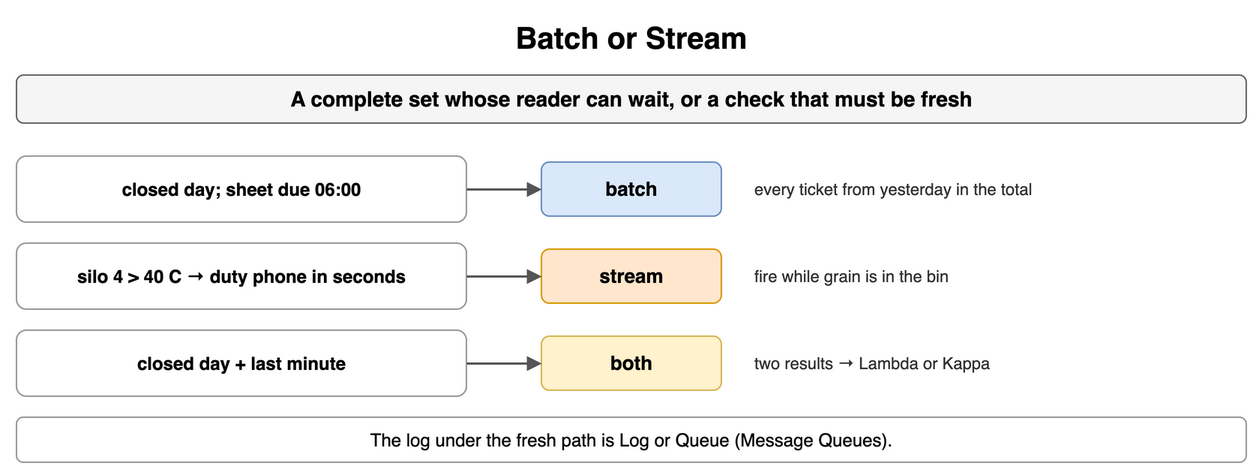
Before: content/09_System_Design_Interview/13_Storage_and_Data_Processing_at_Scale/diagrams/storage-processing-7-batch-or-stream.png, a diagram exported from draw.io (amendez13/swe-study-guide). Source tidied: cells renumbered, new cells last; positions are measured from the earlier drawing's top-left corner, leaving out a move shared by most shapes.
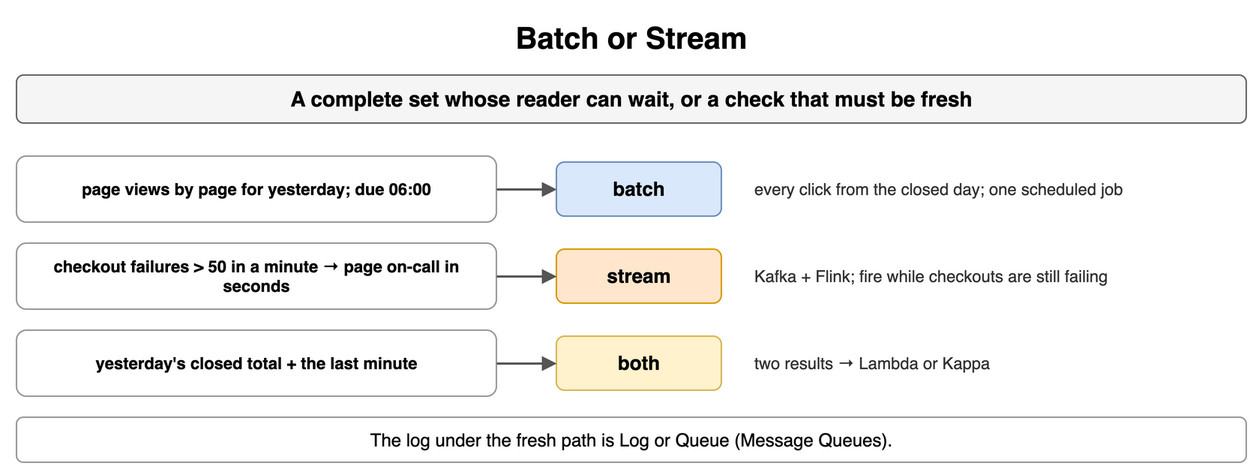
Later version of the same file.

The edit, as a diff of the source:
```diff
@@ -8,35 +8,35 @@
     <mxCell id="3" value="A complete set whose reader can wait, or a check that must be fresh" style="rounded=1;whiteSpace=wrap;html=1;fillColor=#f5f5f5;strokeColor=#666666;fontStyle=1;fontSize=14;" parent="1" vertex="1">
       <mxGeometry y="40" width="820" height="32" as="geometry" />
     </mxCell>
-    <mxCell id="4" value="closed day; sheet due 06:00" style="rounded=1;whiteSpace=wrap;html=1;fillColor=#ffffff;strokeColor=#999999;fontSize=12;align=center;fontStyle=1;" parent="1" vertex="1">
-      <mxGeometry y="94" width="300" height="44" as="geometry" />
+    <mxCell id="4" value="page views by page for yesterday; due 06:00" style="rounded=1;whiteSpace=wrap;html=1;fillColor=#ffffff;strokeColor=#999999;fontSize=11;align=center;fontStyle=1;" parent="1" vertex="1">
+      <mxGeometry y="94" width="320" height="44" as="geometry" />
     </mxCell>
     <mxCell id="5" value="batch" style="rounded=1;whiteSpace=wrap;html=1;fillColor=#dae8fc;strokeColor=#6c8ebf;fontSize=13;align=center;fontStyle=1;" parent="1" vertex="1">
-      <mxGeometry x="350" y="98" width="120" height="36" as="geometry" />
+      <mxGeometry x="360" y="98" width="110" height="36" as="geometry" />
     </mxCell>
     <mxCell id="6" style="endArrow=block;endSize=6;html=1;strokeWidth=1.5;strokeColor=#555555;fontSize=11;labelBackgroundColor=#ffffff;" parent="1" edge="1" source="4" target="5">
       <mxGeometry relative="1" as="geometry" />
     </mxCell>
-    <mxCell id="7" value="every ticket from yesterday in the total" style="text;html=1;whiteSpace=wrap;fontSize=11;align=left;verticalAlign=middle;fontSize=11;fontColor=#333333;" parent="1" vertex="1">
+    <mxCell id="7" value="every click from the closed day; one scheduled job" style="text;html=1;whiteSpace=wrap;fontSize=11;align=left;verticalAlign=middle;fontSize=11;fontColor=#333333;" parent="1" vertex="1">
       <mxGeometry x="490" y="94" width="330" height="44" as="geometry" />
     </mxCell>
-    <mxCell id="8" value="silo 4 &gt; 40 C → duty phone in seconds" style="rounded=1;whiteSpace=wrap;html=1;fillColor=#ffffff;strokeColor=#999999;fontSize=12;align=center;fontStyle=1;" parent="1" vertex="1">
-      <mxGeometry y="152" width="300" height="44" as="geometry" />
+    <mxCell id="8" value="checkout failures &gt; 50 in a minute → page on-call in seconds" style="rounded=1;whiteSpace=wrap;html=1;fillColor=#ffffff;strokeColor=#999999;fontSize=11;align=center;fontStyle=1;" parent="1" vertex="1">
+      <mxGeometry y="152" width="320" height="44" as="geometry" />
     </mxCell>
     <mxCell id="9" value="stream" style="rounded=1;whiteSpace=wrap;html=1;fillColor=#ffe6cc;strokeColor=#d79b00;fontSize=13;align=center;fontStyle=1;" parent="1" vertex="1">
-      <mxGeometry x="350" y="156" width="120" height="36" as="geometry" />
+      <mxGeometry x="360" y="156" width="110" height="36" as="geometry" />
     </mxCell>
     <mxCell id="10" style="endArrow=block;endSize=6;html=1;strokeWidth=1.5;strokeColor=#555555;fontSize=11;labelBackgroundColor=#ffffff;" parent="1" edge="1" source="8" target="9">
       <mxGeometry relative="1" as="geometry" />
     </mxCell>
-    <mxCell id="11" value="fire while grain is in the bin" style="text;html=1;whiteSpace=wrap;fontSize=11;align=left;verticalAlign=middle;fontSize=11;fontColor=#333333;" parent="1" vertex="1">
+    <mxCell id="11" value="Kafka + Flink; fire while checkouts are still failing" style="text;html=1;whiteSpace=wrap;fontSize=11;align=left;verticalAlign=middle;fontSize=11;fontColor=#333333;" parent="1" vertex="1">
       <mxGeometry x="490" y="152" width="330" height="44" as="geometry" />
     </mxCell>
-    <mxCell id="12" value="closed day + last minute" style="rounded=1;whiteSpace=wrap;html=1;fillColor=#ffffff;strokeColor=#999999;fontSize=12;align=center;fontStyle=1;" parent="1" vertex="1">
-      <mxGeometry y="210" width="300" height="44" as="geometry" />
+    <mxCell id="12" value="yesterday's closed total + the last minute" style="rounded=1;whiteSpace=wrap;html=1;fillColor=#ffffff;strokeColor=#999999;fontSize=11;align=center;fontStyle=1;" parent="1" vertex="1">
+      <mxGeometry y="210" width="320" height="44" as="geometry" />
     </mxCell>
     <mxCell id="13" value="both" style="rounded=1;whiteSpace=wrap;html=1;fillColor=#fff2cc;strokeColor=#d6b656;fontSize=13;align=center;fontStyle=1;" parent="1" vertex="1">
-      <mxGeometry x="350" y="214" width="120" height="36" as="geometry" />
+      <mxGeometry x="360" y="214" width="110" height="36" as="geometry" />
     </mxCell>
     <mxCell id="14" style="endArrow=block;endSize=6;html=1;strokeWidth=1.5;strokeColor=#555555;fontSize=11;labelBackgroundColor=#ffffff;" parent="1" edge="1" source="12" target="13">
       <mxGeometry relative="1" as="geometry" />
```
